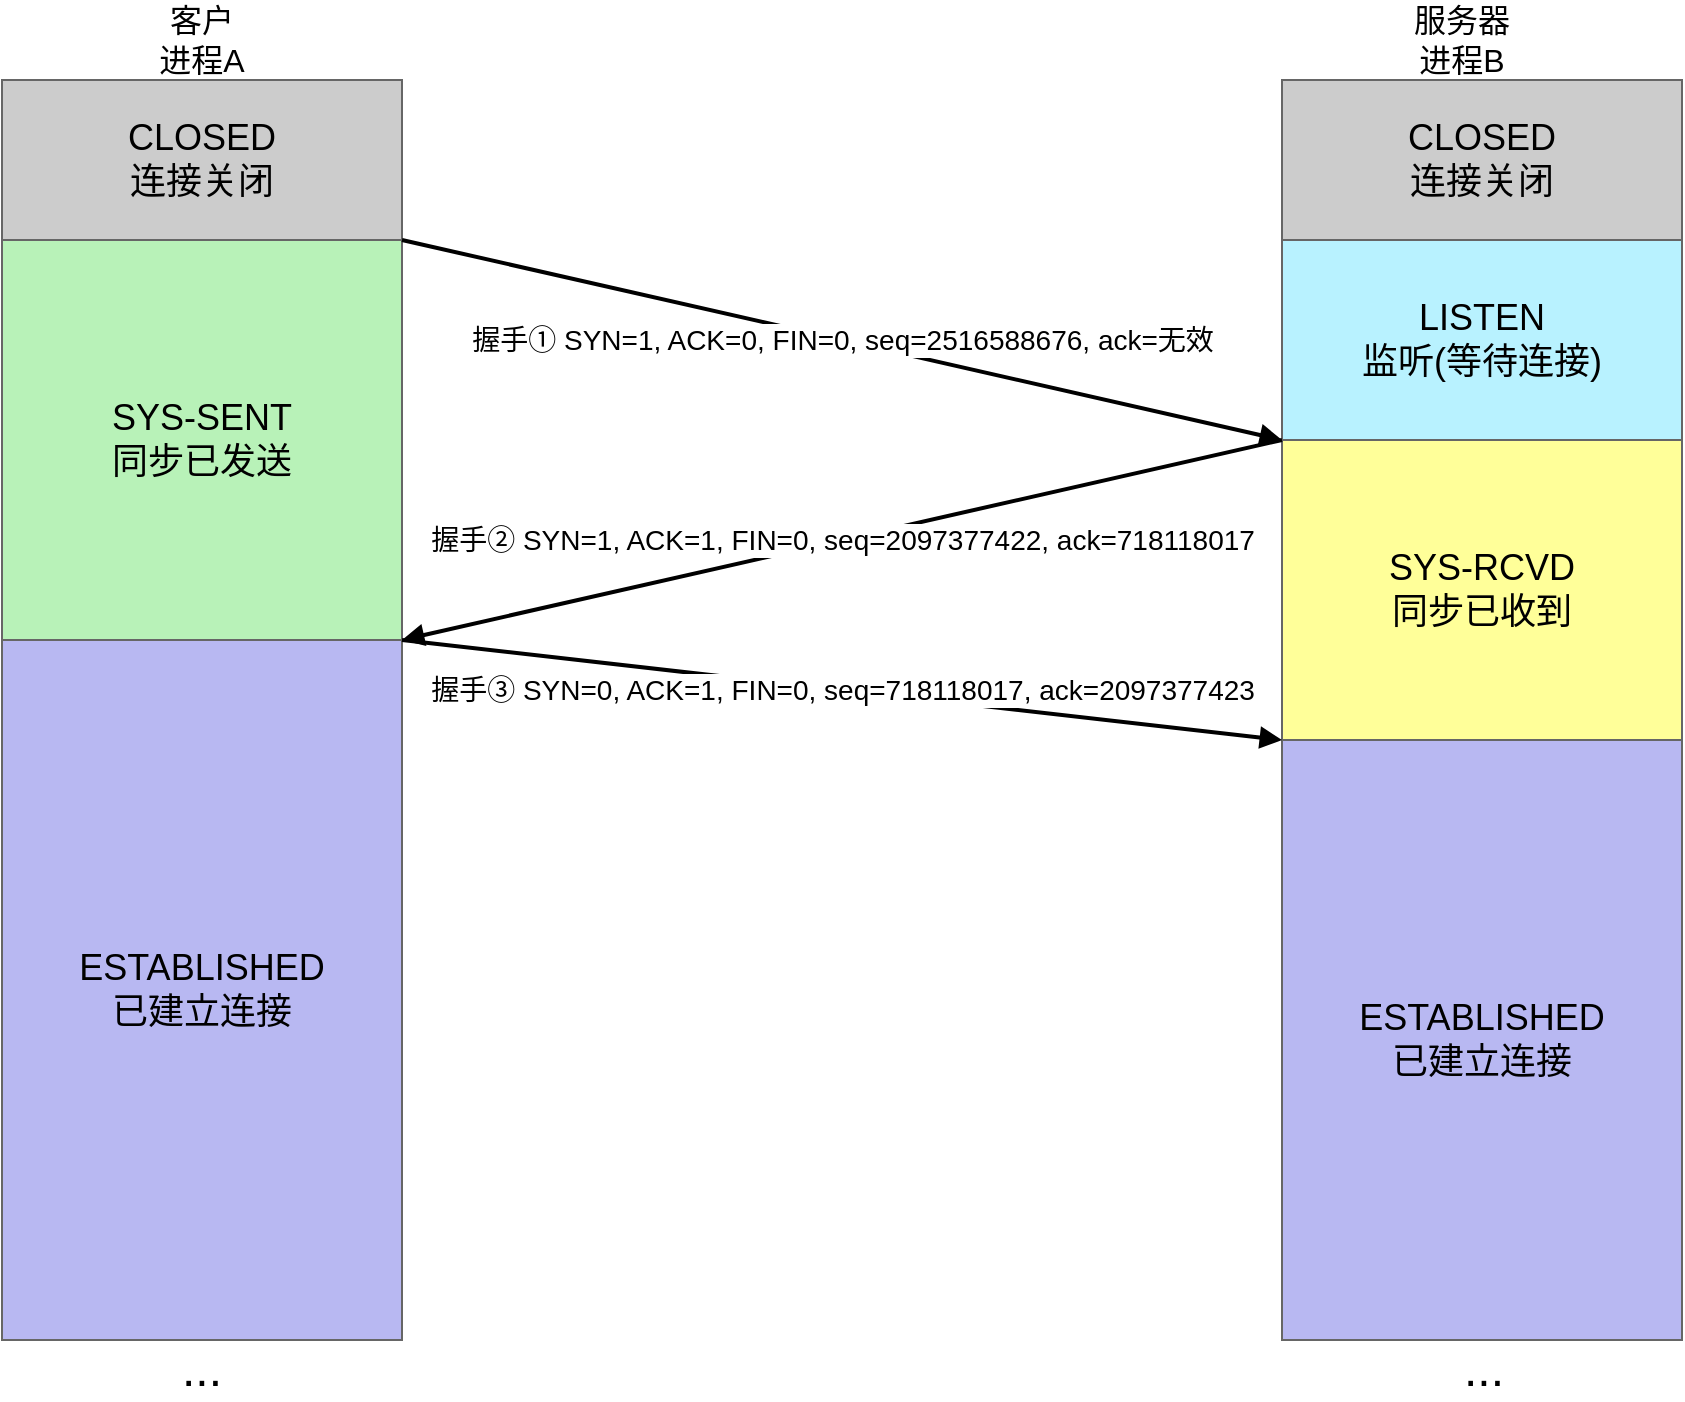
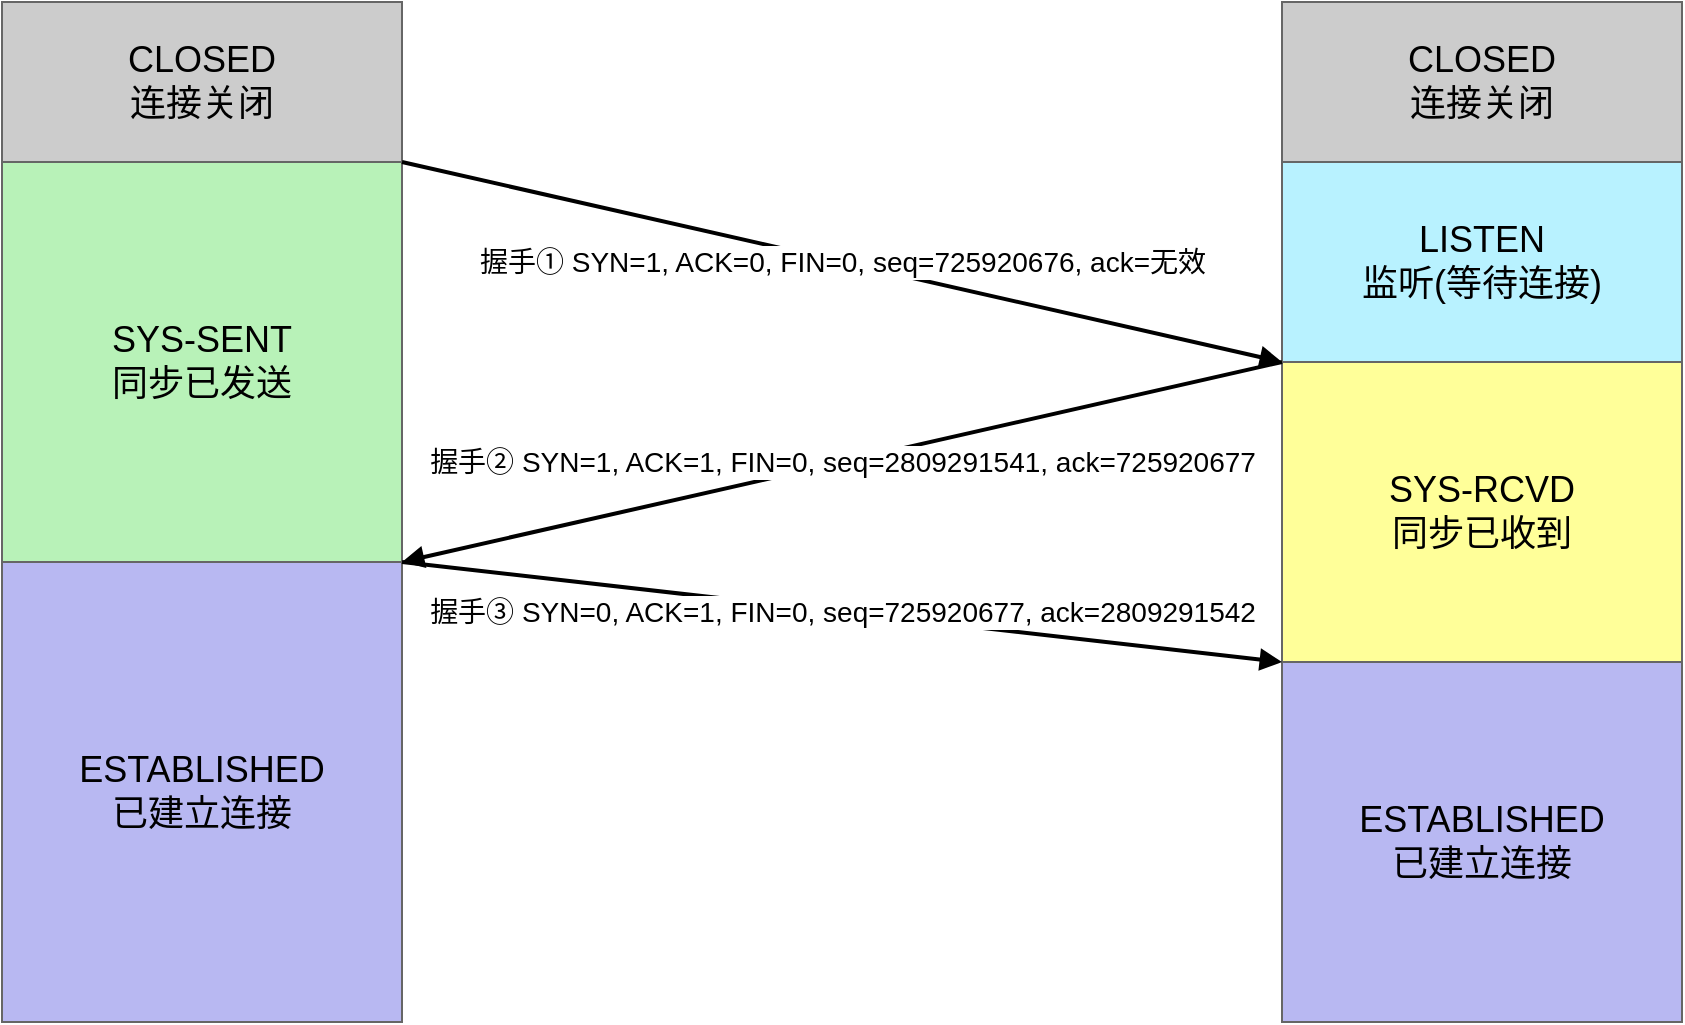
<mxfile host="app.diagrams.net">
  <diagram id="TCP-3way-handshake" name="TCP三次握手">
    <mxGraphModel dx="1158" dy="708" grid="1" gridSize="10" guides="1" tooltips="1" connect="1" arrows="1" fold="1" page="1" pageScale="1" pageWidth="827" pageHeight="1169" math="0" shadow="0">
      <root>
        <mxCell id="0" />
        <mxCell id="1" parent="0" />
        <mxCell id="stateA1" parent="1" style="rounded=0;whiteSpace=wrap;html=1;fillColor=#CCCCCC;strokeColor=#666666;" value="&lt;font style=&quot;font-size: 18px;&quot;&gt;CLOSED&lt;br&gt;连接关闭&lt;/font&gt;" vertex="1">
          <mxGeometry height="80" width="200" x="20" y="50" as="geometry" />
        </mxCell>
        <mxCell id="stateA2" parent="1" style="rounded=0;whiteSpace=wrap;html=1;fillColor=#B8F2B8;strokeColor=#666666;" value="&lt;font style=&quot;font-size: 18px;&quot;&gt;SYS-SENT&lt;br&gt;同步已发送&lt;/font&gt;" vertex="1">
          <mxGeometry height="200" width="200" x="20" y="130" as="geometry" />
        </mxCell>
        <mxCell id="stateA3" parent="1" style="rounded=0;whiteSpace=wrap;html=1;fillColor=#B8B8F2;strokeColor=#666666;" value="&lt;font style=&quot;font-size: 18px;&quot;&gt;ESTABLISHED&lt;br&gt;已建立连接&lt;/font&gt;" vertex="1">
-           <mxGeometry height="350" width="200" x="20" y="330" as="geometry" />
-         </mxCell>
-         <mxCell id="dotsA" parent="1" style="text;html=1;strokeColor=none;fillColor=none;align=center;verticalAlign=middle;whiteSpace=wrap;rounded=0;fontSize=24;" value="..." vertex="1">
-           <mxGeometry height="30" width="40" x="100" y="680" as="geometry" />
-         </mxCell>
-         <mxCell id="labelA" parent="1" style="text;html=1;strokeColor=none;fillColor=none;align=center;verticalAlign=middle;whiteSpace=wrap;rounded=0;fontSize=16;" value="客户&#xa;进程A" vertex="1">
-           <mxGeometry height="40" width="100" x="70" y="10" as="geometry" />
+           <mxGeometry height="230" width="200" x="20" y="330" as="geometry" />
        </mxCell>
        <mxCell id="stateB1" parent="1" style="rounded=0;whiteSpace=wrap;html=1;fillColor=#CCCCCC;strokeColor=#666666;" value="&lt;font style=&quot;font-size: 18px;&quot;&gt;CLOSED&lt;br&gt;连接关闭&lt;/font&gt;" vertex="1">
          <mxGeometry height="80" width="200" x="660" y="50" as="geometry" />
        </mxCell>
        <mxCell id="stateB2" parent="1" style="rounded=0;whiteSpace=wrap;html=1;fillColor=#B8F2FF;strokeColor=#666666;" value="&lt;font style=&quot;font-size: 18px;&quot;&gt;LISTEN&lt;br&gt;监听(等待连接)&lt;/font&gt;" vertex="1">
          <mxGeometry height="100" width="200" x="660" y="130" as="geometry" />
        </mxCell>
        <mxCell id="stateB3" parent="1" style="rounded=0;whiteSpace=wrap;html=1;fillColor=#FFFF99;strokeColor=#666666;" value="&lt;font style=&quot;font-size: 18px;&quot;&gt;SYS-RCVD&lt;br&gt;同步已收到&lt;/font&gt;" vertex="1">
          <mxGeometry height="150" width="200" x="660" y="230" as="geometry" />
        </mxCell>
        <mxCell id="stateB4" parent="1" style="rounded=0;whiteSpace=wrap;html=1;fillColor=#B8B8F2;strokeColor=#666666;" value="&lt;font style=&quot;font-size: 18px;&quot;&gt;ESTABLISHED&lt;br&gt;已建立连接&lt;/font&gt;" vertex="1">
-           <mxGeometry height="300" width="200" x="660" y="380" as="geometry" />
+           <mxGeometry height="180" width="200" x="660" y="380" as="geometry" />
        </mxCell>
-         <mxCell id="dotsB" parent="1" style="text;html=1;strokeColor=none;fillColor=none;align=center;verticalAlign=middle;whiteSpace=wrap;rounded=0;fontSize=24;" value="..." vertex="1">
-           <mxGeometry height="30" width="40" x="741" y="680" as="geometry" />
-         </mxCell>
-         <mxCell id="labelB" parent="1" style="text;html=1;strokeColor=none;fillColor=none;align=center;verticalAlign=middle;whiteSpace=wrap;rounded=0;fontSize=16;" value="服务器&#xa;进程B" vertex="1">
-           <mxGeometry height="40" width="100" x="700" y="10" as="geometry" />
-         </mxCell>
-         <mxCell id="arrow1" edge="1" parent="1" source="stateA2" style="endArrow=block;html=1;strokeWidth=2;fillColor=#000000;labelBackgroundColor=#ffffff;fontSize=14;entryX=0;entryY=1;entryDx=0;entryDy=0;exitX=1;exitY=0;exitDx=0;exitDy=0;" target="stateB2" value="握手① SYN=1, ACK=0, FIN=0, seq=2516588676, ack=无效">
+         <mxCell id="arrow1" edge="1" parent="1" source="stateA2" style="endArrow=block;html=1;strokeWidth=2;fillColor=#000000;labelBackgroundColor=#ffffff;fontSize=14;entryX=0;entryY=1;entryDx=0;entryDy=0;exitX=1;exitY=0;exitDx=0;exitDy=0;" target="stateB2" value="握手① SYN=1, ACK=0, FIN=0, seq=725920676, ack=无效">
          <mxGeometry relative="1" as="geometry">
            <mxPoint as="offset" />
            <mxPoint x="120" y="180" as="sourcePoint" />
            <mxPoint x="780" y="250" as="targetPoint" />
          </mxGeometry>
        </mxCell>
-         <mxCell id="arrow2" edge="1" parent="1" source="stateB3" style="endArrow=block;html=1;strokeWidth=2;fillColor=#000000;labelBackgroundColor=#ffffff;fontSize=14;exitX=0;exitY=0;exitDx=0;exitDy=0;entryX=1;entryY=1;entryDx=0;entryDy=0;" target="stateA2" value="握手② SYN=1, ACK=1, FIN=0, seq=2097377422, ack=718118017">
+         <mxCell id="arrow2" edge="1" parent="1" source="stateB3" style="endArrow=block;html=1;strokeWidth=2;fillColor=#000000;labelBackgroundColor=#ffffff;fontSize=14;exitX=0;exitY=0;exitDx=0;exitDy=0;entryX=1;entryY=1;entryDx=0;entryDy=0;" target="stateA2" value="握手② SYN=1, ACK=1, FIN=0, seq=2809291541, ack=725920677">
          <mxGeometry relative="1" as="geometry">
            <mxPoint x="650" y="230" as="sourcePoint" />
            <mxPoint x="120" y="250" as="targetPoint" />
          </mxGeometry>
        </mxCell>
-         <mxCell id="arrow3" edge="1" parent="1" source="stateA2" style="endArrow=block;html=1;strokeWidth=2;fillColor=#000000;labelBackgroundColor=#ffffff;fontSize=14;exitX=1;exitY=1;exitDx=0;exitDy=0;entryX=0;entryY=0;entryDx=0;entryDy=0;" target="stateB4" value="握手③ SYN=0, ACK=1, FIN=0, seq=718118017, ack=2097377423">
+         <mxCell id="arrow3" edge="1" parent="1" source="stateA2" style="endArrow=block;html=1;strokeWidth=2;fillColor=#000000;labelBackgroundColor=#ffffff;fontSize=14;exitX=1;exitY=1;exitDx=0;exitDy=0;entryX=0;entryY=0;entryDx=0;entryDy=0;" target="stateB4" value="握手③ SYN=0, ACK=1, FIN=0, seq=725920677, ack=2809291542">
          <mxGeometry relative="1" as="geometry">
            <mxPoint x="120" y="280" as="sourcePoint" />
            <mxPoint x="780" y="380" as="targetPoint" />
          </mxGeometry>
        </mxCell>
      </root>
    </mxGraphModel>
  </diagram>
</mxfile>
